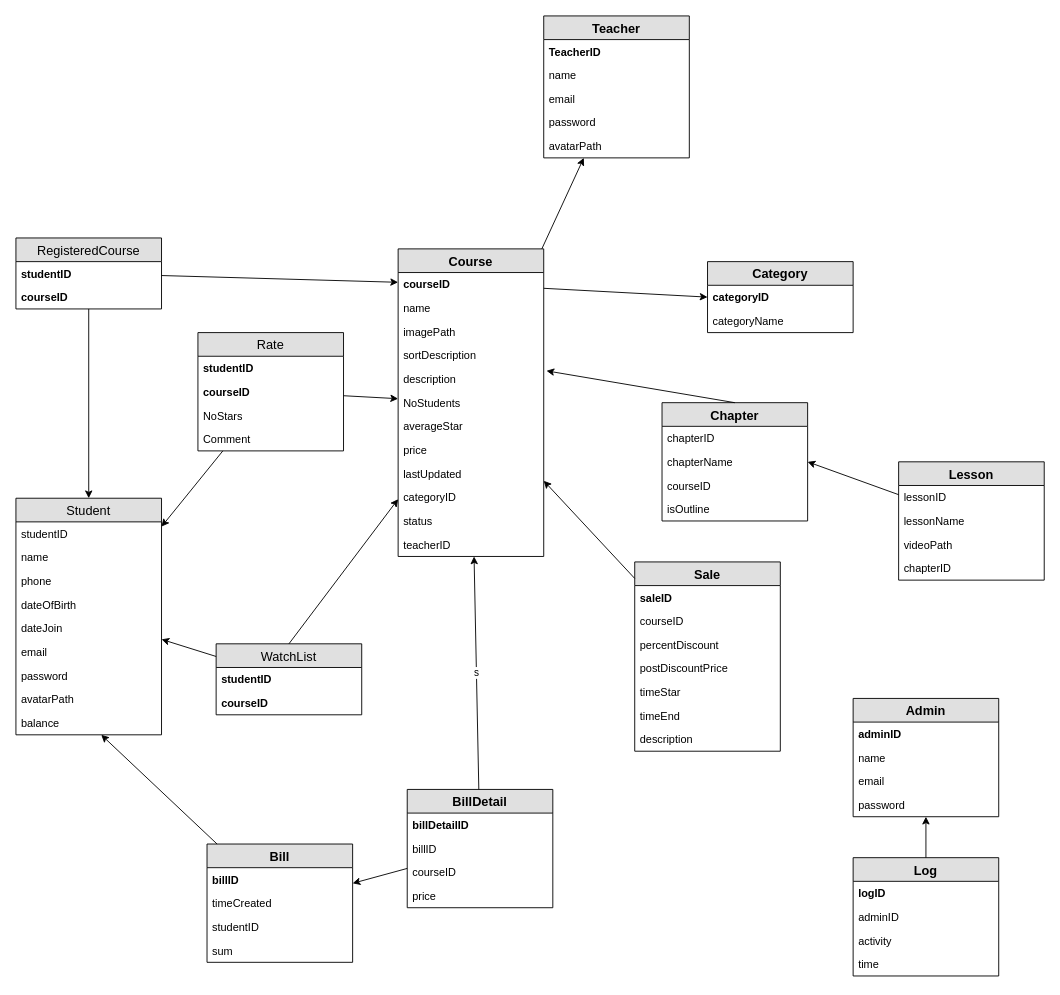
Earlier version of the draw.io diagram DB.drawio (doan199x/DACK-WEB). Source tidied: cells renumbered, new cells numbered last; positions are measured from the earlier drawing's top-left corner, leaving out a move shared by most shapes. Both pictures are drawn from the tidied source at 91%, with x=0, y=0 at pixel (15, 15).
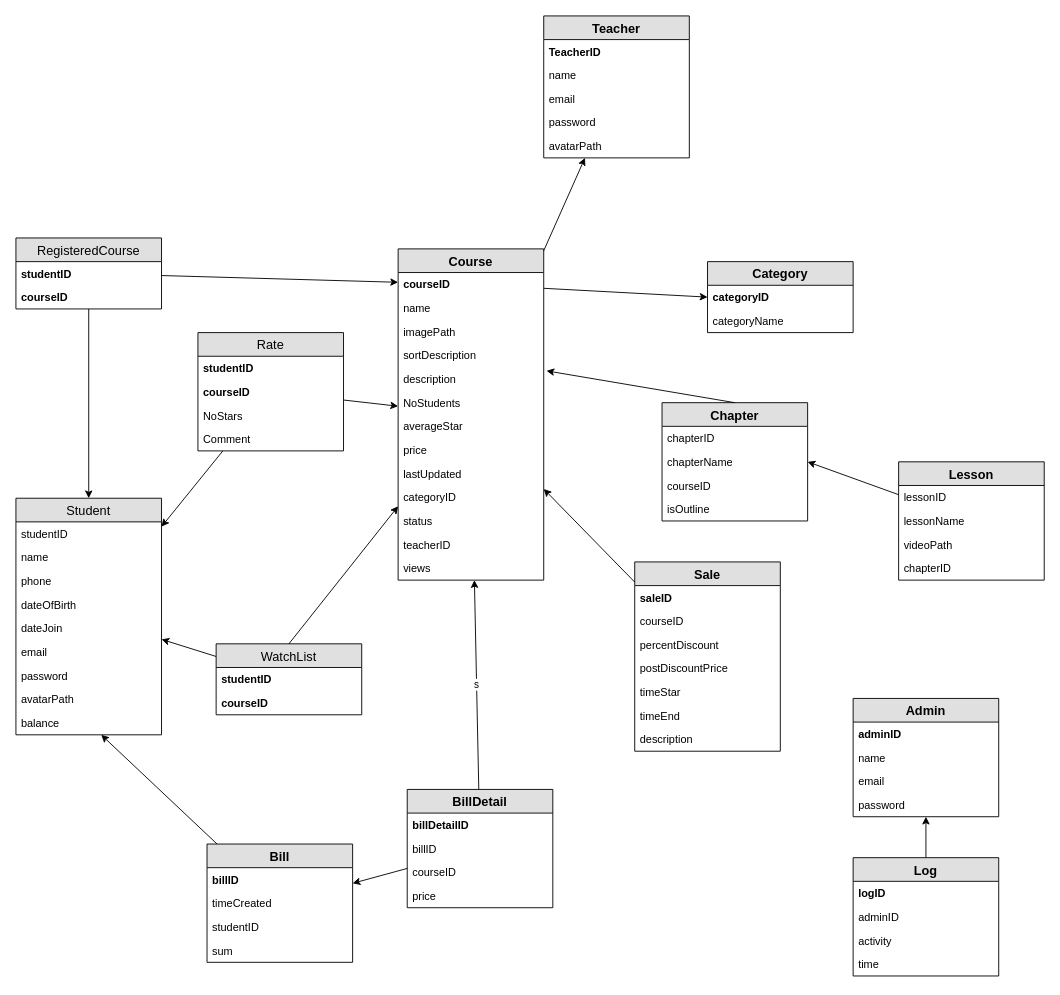
After the change.

Diff of the diagram source:
```diff
@@
     <mxCell id="2" value="Course" style="swimlane;fontStyle=1;horizontal=1;startSize=26;fillColor=#e0e0e0;swimlaneFillColor=#ffffff;align=center;fontSize=14;" parent="1" vertex="1">
-      <mxGeometry x="420" y="256" width="160" height="338" as="geometry" />
+      <mxGeometry x="420" y="256" width="160" height="364" as="geometry" />
     </mxCell>
@@
+    <mxCell id="98" value="views" style="text;strokeColor=none;fillColor=none;spacingLeft=4;spacingRight=4;overflow=hidden;fontSize=12;" parent="2" vertex="1">
+      <mxGeometry y="338" width="160" height="26" as="geometry" />
+    </mxCell>
```
